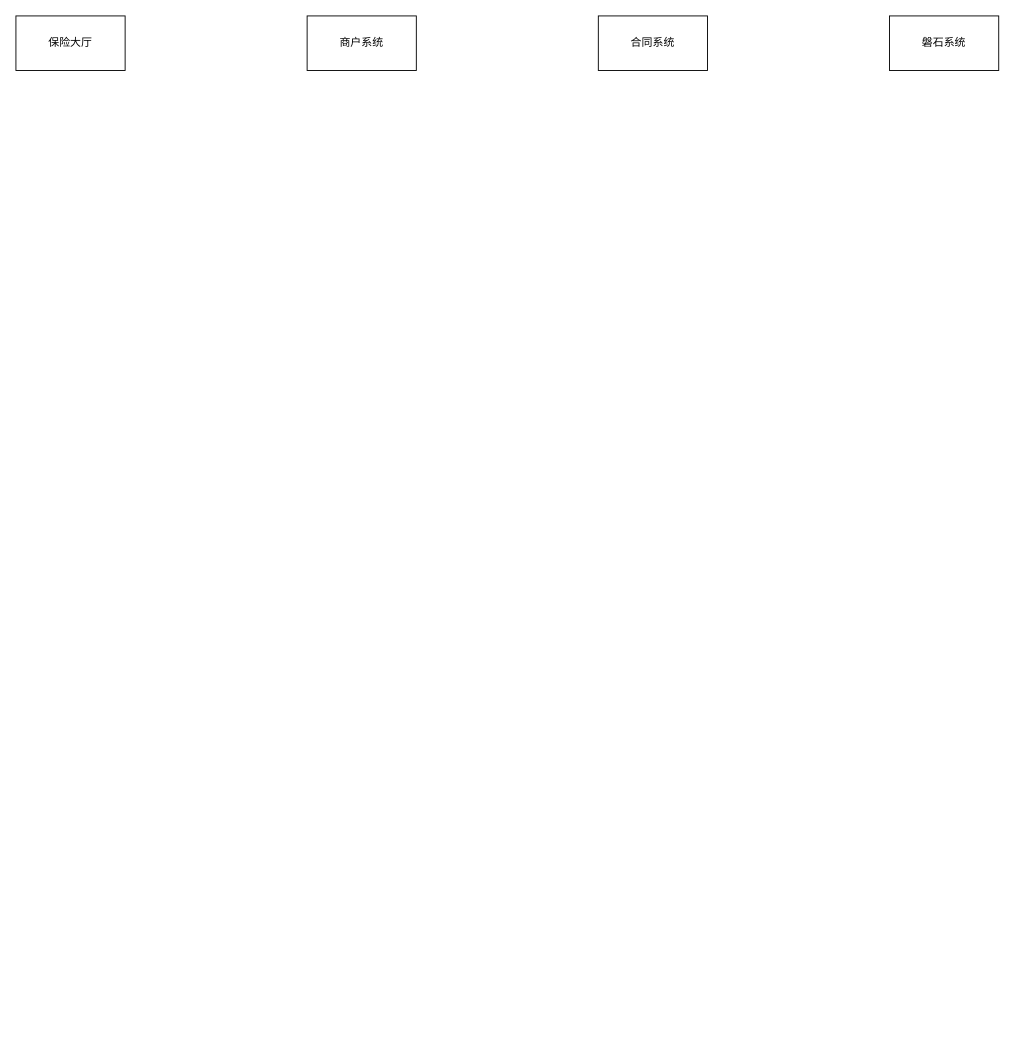
Before: 单个上保险.drawio in rexlin600/diagrams, a draw.io diagram. Source tidied: cells renumbered, new cells numbered last; positions are measured from the earlier drawing's top-left corner, leaving out a move shared by most shapes. Both pictures are drawn from the tidied source at 91%, with x=0, y=0 at pixel (15, 15).
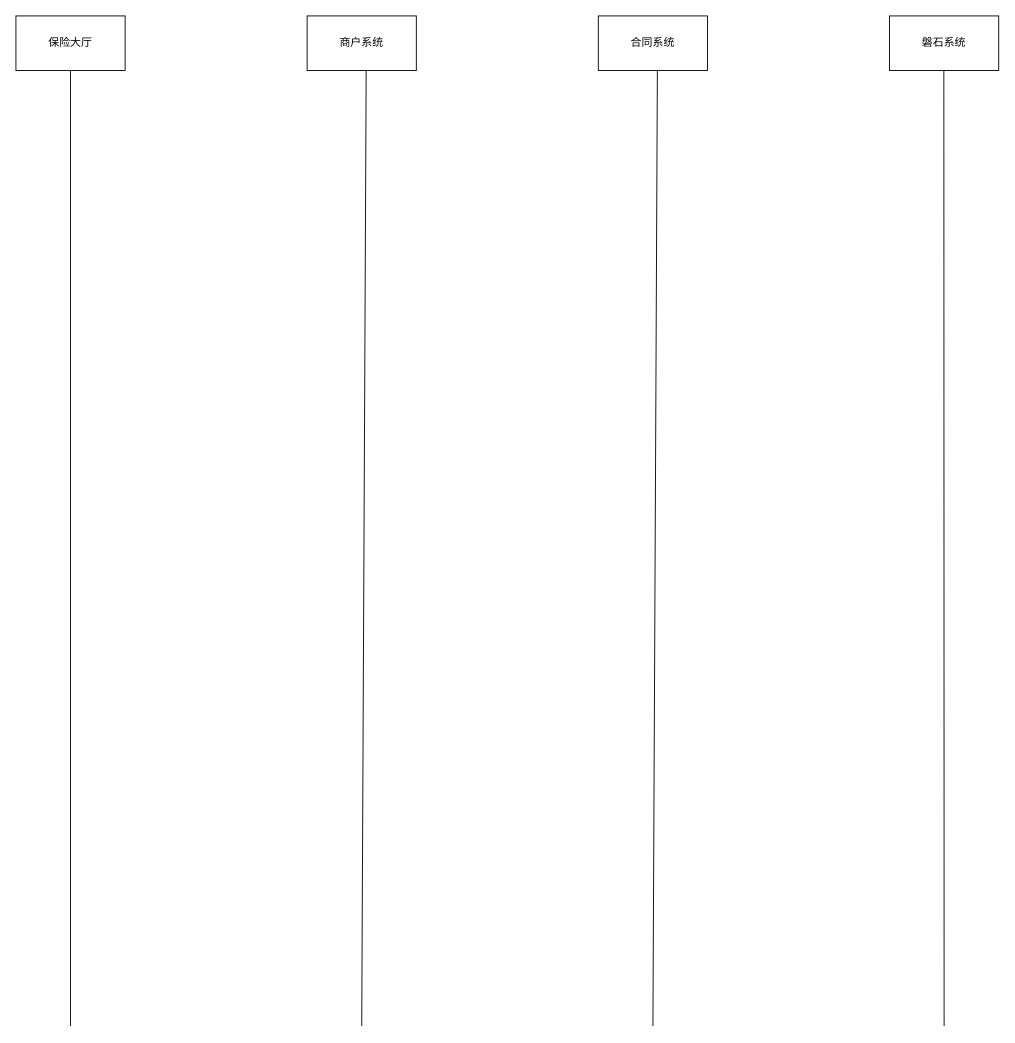
Above is the later version.

Commit message (it also covers changes not shown here):
Update 单个上保险.drawio

The edit, as a diff of the source:
```diff
@@
 <mxGraphModel>
   <root>
     <mxCell id="0" />
     <mxCell id="1" parent="0" />
+    <mxCell id="6" style="rounded=0;jettySize=auto;html=1;strokeWidth=1;endArrow=none;endFill=0;" parent="1" edge="1" source="2">
+      <mxGeometry relative="1" as="geometry">
+        <mxPoint x="60" y="1110" as="targetPoint" />
+      </mxGeometry>
+    </mxCell>
     <mxCell id="2" value="保险大厅" style="rounded=0;whiteSpace=wrap;html=1;" parent="1" vertex="1">
       <mxGeometry width="120" height="60" as="geometry" />
     </mxCell>
     <mxCell id="3" value="商户系统" style="rounded=0;whiteSpace=wrap;html=1;" parent="1" vertex="1">
       <mxGeometry x="320" width="120" height="60" as="geometry" />
     </mxCell>
     <mxCell id="4" value="合同系统" style="rounded=0;whiteSpace=wrap;html=1;" parent="1" vertex="1">
       <mxGeometry x="640" width="120" height="60" as="geometry" />
     </mxCell>
     <mxCell id="5" value="磐石系统" style="rounded=0;whiteSpace=wrap;html=1;" parent="1" vertex="1">
       <mxGeometry x="960" width="120" height="60" as="geometry" />
     </mxCell>
+    <mxCell id="7" style="rounded=0;orthogonalLoop=1;jettySize=auto;html=1;strokeWidth=1;endArrow=none;endFill=0;" parent="1" edge="1">
+      <mxGeometry relative="1" as="geometry">
+        <mxPoint x="384.9" y="60" as="sourcePoint" />
+        <mxPoint x="380" y="1110" as="targetPoint" />
+      </mxGeometry>
+    </mxCell>
+    <mxCell id="8" style="rounded=0;orthogonalLoop=1;jettySize=auto;html=1;strokeWidth=1;endArrow=none;endFill=0;" parent="1" edge="1">
+      <mxGeometry relative="1" as="geometry">
+        <mxPoint x="704.9" y="60" as="sourcePoint" />
+        <mxPoint x="700" y="1110" as="targetPoint" />
+      </mxGeometry>
+    </mxCell>
+    <mxCell id="9" style="rounded=0;orthogonalLoop=1;jettySize=auto;html=1;strokeWidth=1;endArrow=none;endFill=0;" parent="1" edge="1">
+      <mxGeometry relative="1" as="geometry">
+        <mxPoint x="1019.7" y="60" as="sourcePoint" />
+        <mxPoint x="1020" y="1110" as="targetPoint" />
+      </mxGeometry>
+    </mxCell>
   </root>
 </mxGraphModel>
```
